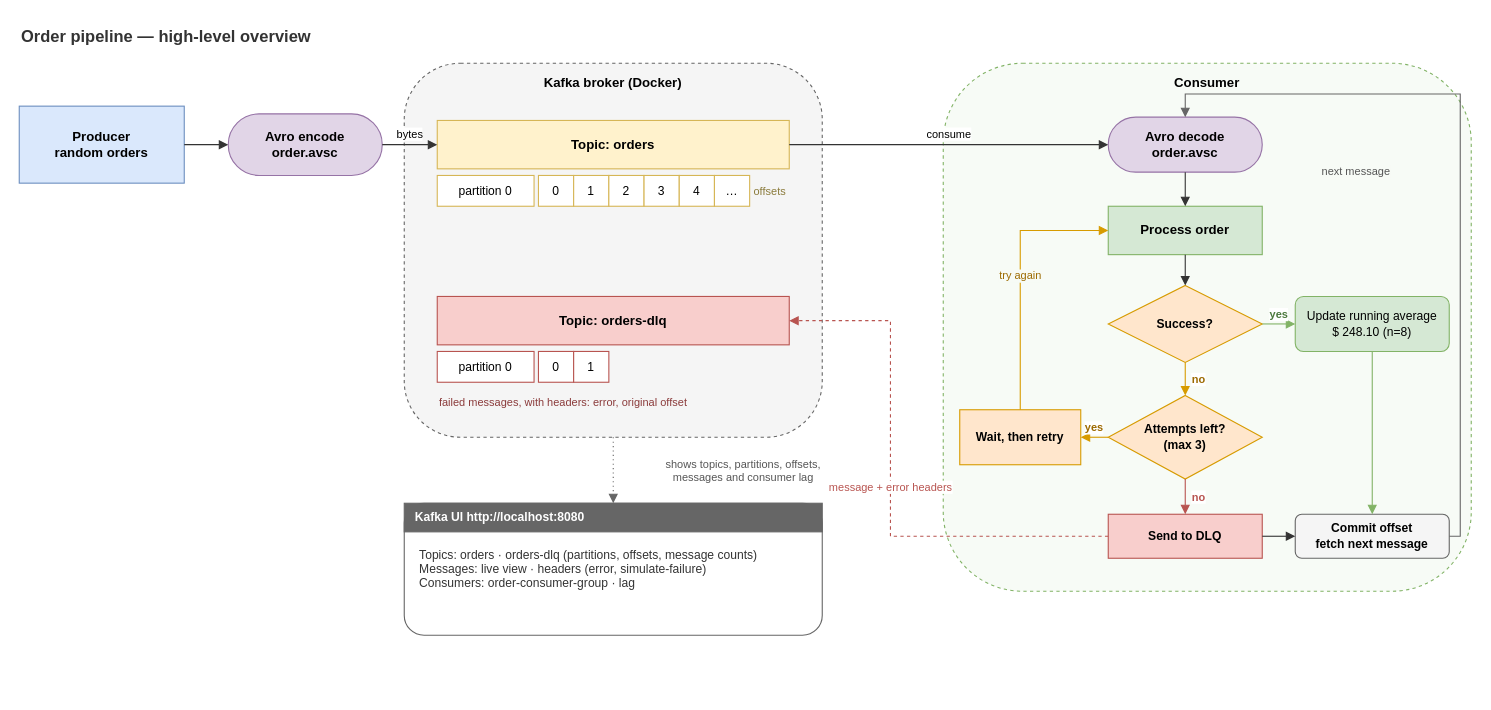
Above: docs/diagrams/07-high-level-overview.drawio in ShamilKaleel/kafka-assessment-02 (draw.io), before the change. Source tidied: cells renumbered, new cells numbered last; positions are measured from the earlier drawing's top-left corner, leaving out a move shared by most shapes. Both pictures are drawn from the tidied source at 110%, with x=0, y=0 at pixel (19, 19).
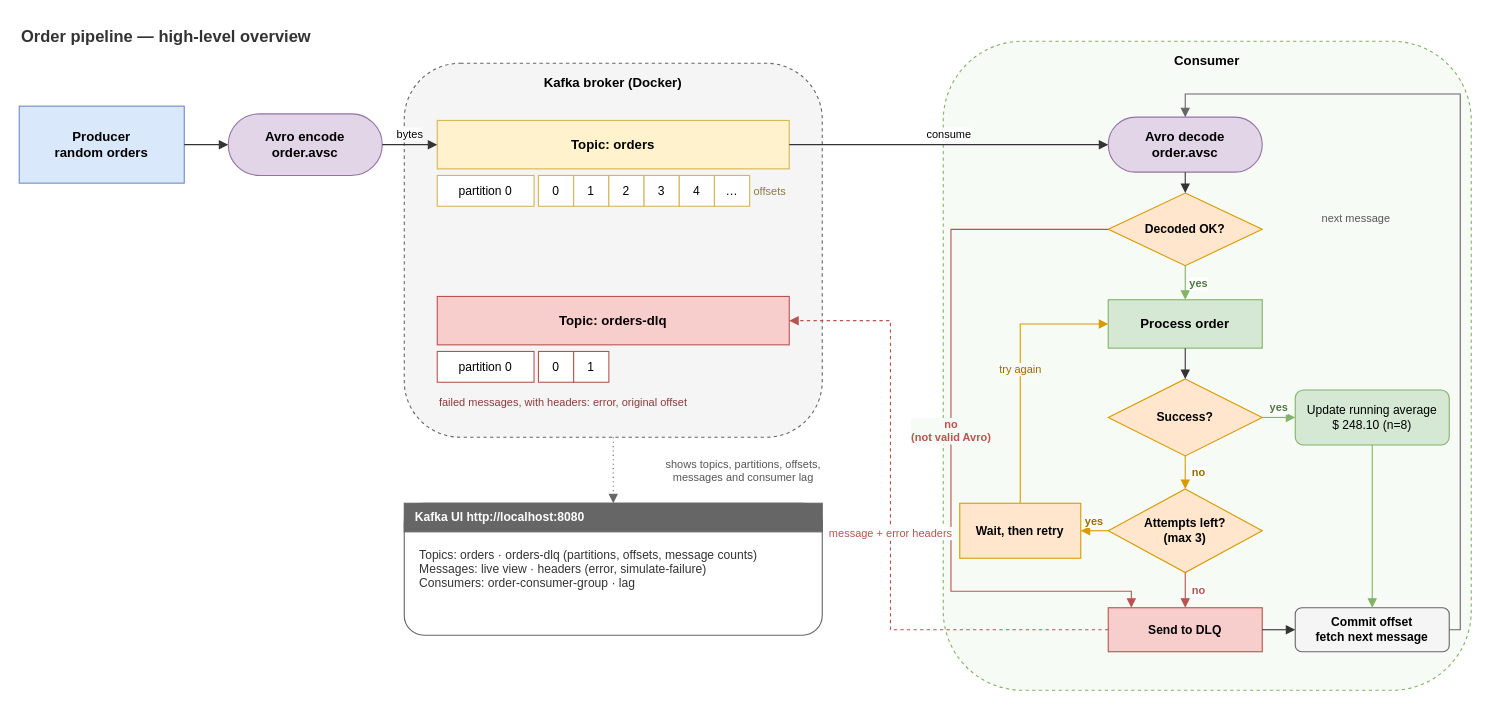
The same page after the edit.

Commit message:
Show the undecodable-message path in the overview diagram

The change refers to these unchanged cells:
```xml
<mxCell id="15" value="Topic: orders-dlq" style="rounded=0;whiteSpace=wrap;html=1;fillColor=#f8cecc;strokeColor=#b85450;fontSize=12;fontStyle=1;" parent="1" vertex="1">
  <mxGeometry x="380" y="252" width="320" height="44" as="geometry" />
</mxCell>
<mxCell id="21" value="Avro decode&#10;order.avsc" style="rounded=1;arcSize=50;whiteSpace=wrap;html=1;fillColor=#e1d5e7;strokeColor=#9673a6;fontSize=12;fontStyle=1;" parent="1" vertex="1">
  <mxGeometry x="990" y="89" width="140" height="50" as="geometry" />
</mxCell>
```

Diff of the diagram source:
```diff
@@
-<mxGraphModel>
+<mxGraphModel background="#FFFFFF">
@@
     <mxCell id="20" value="Consumer" style="rounded=1;whiteSpace=wrap;html=1;fillColor=#f7fbf6;strokeColor=#82b366;dashed=1;verticalAlign=top;fontStyle=1;fontSize=12;spacingTop=4;" parent="1" vertex="1">
-      <mxGeometry x="840" y="40" width="480" height="480" as="geometry" />
+      <mxGeometry x="840" y="20" width="480" height="590" as="geometry" />
     </mxCell>
@@
+    <mxCell id="47" value="Decoded OK?" style="rhombus;whiteSpace=wrap;html=1;fillColor=#ffe6cc;strokeColor=#d79b00;fontSize=11;fontStyle=1;" parent="1" vertex="1">
+      <mxGeometry x="990" y="158" width="140" height="66" as="geometry" />
+    </mxCell>
     <mxCell id="22" value="Process order" style="rounded=0;whiteSpace=wrap;html=1;fillColor=#d5e8d4;strokeColor=#82b366;fontSize=12;fontStyle=1;" parent="1" vertex="1">
-      <mxGeometry x="990" y="170" width="140" height="44" as="geometry" />
+      <mxGeometry x="990" y="255" width="140" height="44" as="geometry" />
     </mxCell>
     <mxCell id="23" value="Success?" style="rhombus;whiteSpace=wrap;html=1;fillColor=#ffe6cc;strokeColor=#d79b00;fontSize=11;fontStyle=1;" parent="1" vertex="1">
-      <mxGeometry x="990" y="242" width="140" height="70" as="geometry" />
+      <mxGeometry x="990" y="327" width="140" height="70" as="geometry" />
     </mxCell>
     <mxCell id="24" value="Attempts left?&#10;(max 3)" style="rhombus;whiteSpace=wrap;html=1;fillColor=#ffe6cc;strokeColor=#d79b00;fontSize=11;fontStyle=1;" parent="1" vertex="1">
-      <mxGeometry x="990" y="342" width="140" height="76" as="geometry" />
+      <mxGeometry x="990" y="427" width="140" height="76" as="geometry" />
     </mxCell>
     <mxCell id="25" value="Send to DLQ" style="rounded=0;whiteSpace=wrap;html=1;fillColor=#f8cecc;strokeColor=#b85450;fontSize=11;fontStyle=1;" parent="1" vertex="1">
-      <mxGeometry x="990" y="450" width="140" height="40" as="geometry" />
+      <mxGeometry x="990" y="535" width="140" height="40" as="geometry" />
     </mxCell>
     <mxCell id="26" value="Wait, then retry" style="rounded=0;whiteSpace=wrap;html=1;fillColor=#ffe6cc;strokeColor=#d79b00;fontSize=11;fontStyle=1;" parent="1" vertex="1">
-      <mxGeometry x="855" y="355" width="110" height="50" as="geometry" />
+      <mxGeometry x="855" y="440" width="110" height="50" as="geometry" />
     </mxCell>
     <mxCell id="27" value="Update running average&#10;$ 248.10 (n=8)" style="rounded=1;whiteSpace=wrap;html=1;fillColor=#d5e8d4;strokeColor=#82b366;fontSize=11;" parent="1" vertex="1">
-      <mxGeometry x="1160" y="252" width="140" height="50" as="geometry" />
+      <mxGeometry x="1160" y="337" width="140" height="50" as="geometry" />
     </mxCell>
     <mxCell id="28" value="Commit offset&#10;fetch next message" style="rounded=1;whiteSpace=wrap;html=1;fillColor=#f5f5f5;strokeColor=#666666;fontSize=11;fontStyle=1;" parent="1" vertex="1">
-      <mxGeometry x="1160" y="450" width="140" height="40" as="geometry" />
+      <mxGeometry x="1160" y="535" width="140" height="40" as="geometry" />
     </mxCell>
@@
-    <mxCell id="35" style="edgeStyle=orthogonalEdgeStyle;rounded=0;html=1;endArrow=block;strokeColor=#333333;exitX=0.5;exitY=1;entryX=0.5;entryY=0;" parent="1" edge="1" source="21" target="22">
+    <mxCell id="35" style="edgeStyle=orthogonalEdgeStyle;rounded=0;html=1;endArrow=block;strokeColor=#333333;exitX=0.5;exitY=1;entryX=0.5;entryY=0;" parent="1" edge="1" source="21" target="47">
       <mxGeometry relative="1" as="geometry" />
     </mxCell>
+    <mxCell id="48" value="yes" style="edgeStyle=orthogonalEdgeStyle;rounded=0;html=1;endArrow=block;strokeColor=#82b366;fontColor=#4d7a3f;fontSize=10;fontStyle=1;exitX=0.5;exitY=1;entryX=0.5;entryY=0;" parent="1" edge="1" source="47" target="22">
+      <mxGeometry relative="1" as="geometry">
+        <mxPoint x="12" as="offset" />
+      </mxGeometry>
+    </mxCell>
+    <mxCell id="49" value="no&#10;(not valid Avro)" style="edgeStyle=orthogonalEdgeStyle;rounded=0;html=1;endArrow=block;strokeColor=#b85450;fontColor=#b85450;fontSize=10;fontStyle=1;labelBackgroundColor=#f7fbf6;exitX=0;exitY=0.5;entryX=0.15;entryY=0;" parent="1" edge="1" source="47" target="25">
+      <mxGeometry relative="1" as="geometry">
+        <Array as="points">
+          <mxPoint x="847" y="191" />
+          <mxPoint x="847" y="520" />
+          <mxPoint x="1011" y="520" />
+        </Array>
+      </mxGeometry>
+    </mxCell>
@@
     <mxCell id="40" value="try again" style="edgeStyle=orthogonalEdgeStyle;rounded=0;html=1;endArrow=block;strokeColor=#d79b00;fontColor=#9c6a00;fontSize=10;exitX=0.5;exitY=0;entryX=0;entryY=0.5;labelBackgroundColor=#f7fbf6;" parent="1" edge="1" source="26" target="22">
       <mxGeometry relative="1" as="geometry">
         <Array as="points">
-          <mxPoint x="910" y="192" />
+          <mxPoint x="910" y="277" />
         </Array>
       </mxGeometry>
     </mxCell>
@@
     <mxCell id="44" value="next message" style="edgeStyle=orthogonalEdgeStyle;rounded=0;html=1;endArrow=block;strokeColor=#666666;fontColor=#555555;fontSize=10;exitX=1;exitY=0.5;entryX=0.5;entryY=0;labelBackgroundColor=#f7fbf6;" parent="1" edge="1" source="28" target="21">
       <mxGeometry relative="1" as="geometry">
         <Array as="points">
-          <mxPoint x="1310" y="470" />
+          <mxPoint x="1310" y="555" />
           <mxPoint x="1310" y="68" />
           <mxPoint x="1060" y="68" />
         </Array>
         <mxPoint x="-95" as="offset" />
       </mxGeometry>
     </mxCell>
     <mxCell id="45" value="message + error headers" style="edgeStyle=orthogonalEdgeStyle;rounded=0;html=1;endArrow=block;dashed=1;strokeColor=#b85450;fontColor=#b85450;fontSize=10;labelBackgroundColor=#ffffff;exitX=0;exitY=0.5;entryX=1;entryY=0.5;" parent="1" edge="1" source="25" target="15">
       <mxGeometry relative="1" as="geometry">
         <Array as="points">
-          <mxPoint x="792" y="470" />
+          <mxPoint x="792" y="555" />
           <mxPoint x="792" y="274" />
         </Array>
       </mxGeometry>
     </mxCell>
```
